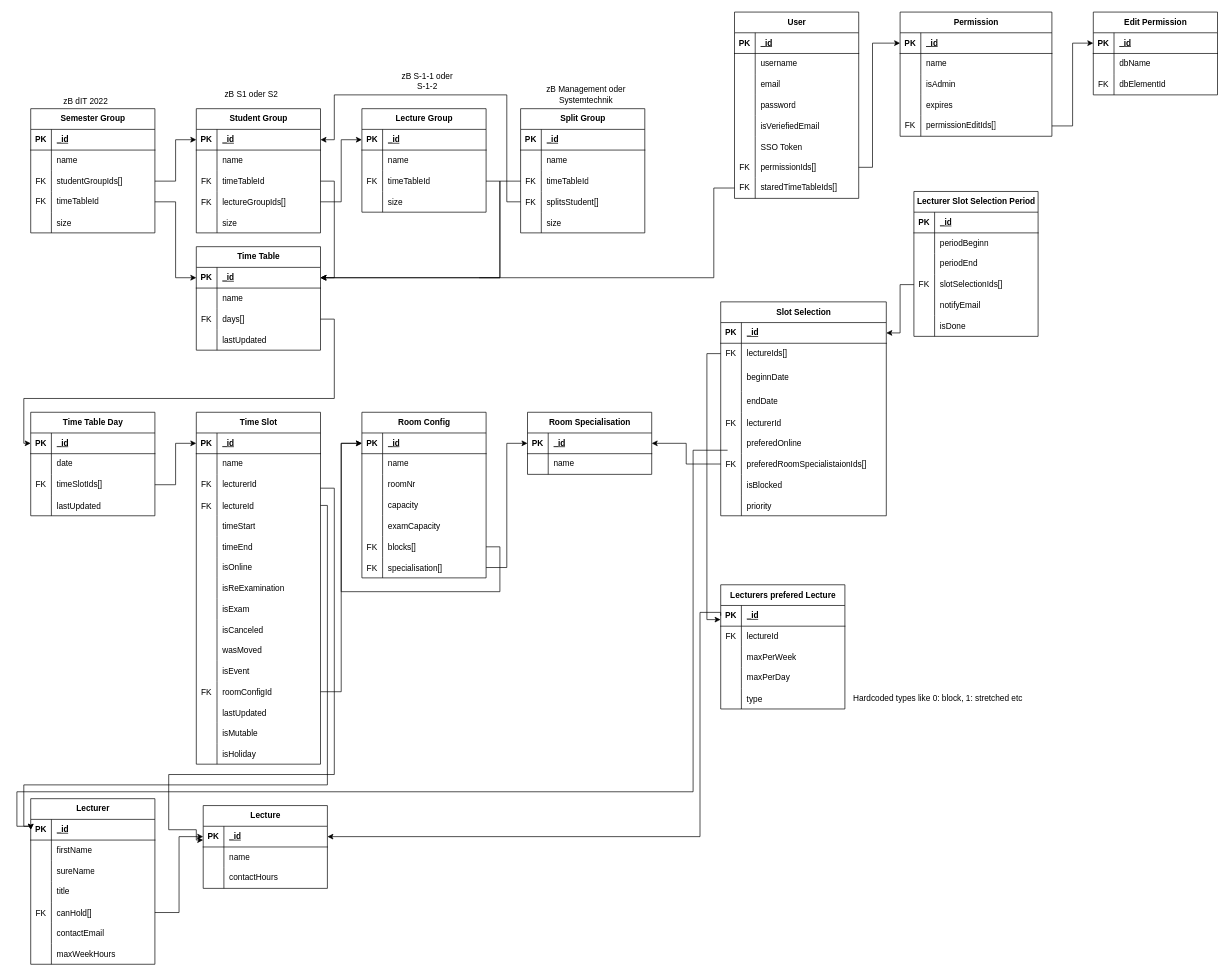
Earlier version of the draw.io diagram documentation/Database_ER.drawio (MindCollaps/TimeCraft). Source tidied: cells renumbered, new cells numbered last; positions are measured from the earlier drawing's top-left corner, leaving out a move shared by most shapes. Both pictures are drawn from the tidied source at 69%, with x=0, y=0 at pixel (17, 12).
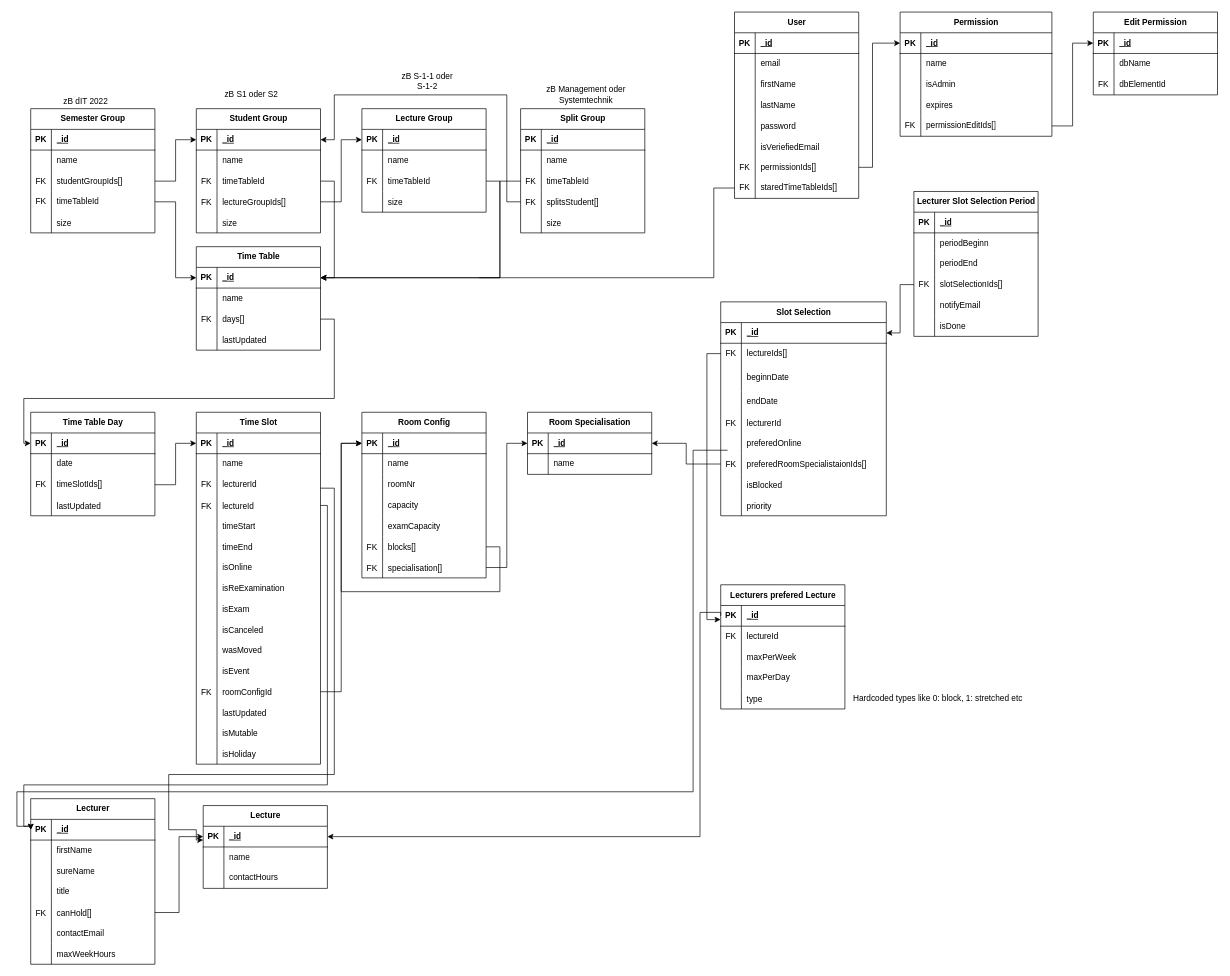
Above is the later version.

Commit message:
docu: update ER-Model

- remove SSOToken
- remove username
- add firstName
- add lastName

Took 20 minutes

The change refers to these unchanged cells:
```xml
<mxCell id="199" style="shape=tableRow;horizontal=0;startSize=0;swimlaneHead=0;swimlaneBody=0;fillColor=none;top=0;left=0;right=0;bottom=0;" parent="195" vertex="1">
  <mxGeometry y="60" width="180" height="30" as="geometry" />
</mxCell>
<mxCell id="202" style="shape=tableRow;horizontal=0;startSize=0;swimlaneHead=0;swimlaneBody=0;fillColor=none;top=0;left=0;right=0;bottom=0;" parent="195" vertex="1">
  <mxGeometry y="90" width="180" height="30" as="geometry" />
</mxCell>
<mxCell id="205" style="shape=tableRow;horizontal=0;startSize=0;swimlaneHead=0;swimlaneBody=0;fillColor=none;top=0;left=0;right=0;bottom=0;" parent="195" vertex="1">
  <mxGeometry y="120" width="180" height="30" as="geometry" />
</mxCell>
<mxCell id="208" style="shape=tableRow;horizontal=0;startSize=0;swimlaneHead=0;swimlaneBody=0;fillColor=none;top=0;left=0;right=0;bottom=0;" parent="195" vertex="1">
  <mxGeometry y="150" width="180" height="30" as="geometry" />
</mxCell>
<mxCell id="211" style="shape=tableRow;horizontal=0;startSize=0;swimlaneHead=0;swimlaneBody=0;fillColor=none;top=0;left=0;right=0;bottom=0;" parent="195" vertex="1">
  <mxGeometry y="180" width="180" height="30" as="geometry" />
</mxCell>
```

The edit, as a diff of the source:
```diff
@@
-    <mxCell id="201" value="username" style="shape=partialRectangle;fillColor=none;top=0;left=0;bottom=0;right=0;align=left;spacingLeft=6;overflow=hidden;whiteSpace=wrap;html=1;" parent="199" vertex="1">
+    <mxCell id="201" value="email" style="shape=partialRectangle;fillColor=none;top=0;left=0;bottom=0;right=0;align=left;spacingLeft=6;overflow=hidden;whiteSpace=wrap;html=1;" parent="199" vertex="1">
       <mxGeometry x="30" width="150" height="30" as="geometry" />
     </mxCell>
@@
-    <mxCell id="204" value="email" style="shape=partialRectangle;fillColor=none;top=0;left=0;bottom=0;right=0;align=left;spacingLeft=6;overflow=hidden;whiteSpace=wrap;html=1;" parent="202" vertex="1">
+    <mxCell id="204" value="firstName" style="shape=partialRectangle;fillColor=none;top=0;left=0;bottom=0;right=0;align=left;spacingLeft=6;overflow=hidden;whiteSpace=wrap;html=1;" parent="202" vertex="1">
       <mxGeometry x="30" width="150" height="30" as="geometry" />
     </mxCell>
@@
-    <mxCell id="207" value="password" style="shape=partialRectangle;fillColor=none;top=0;left=0;bottom=0;right=0;align=left;spacingLeft=6;overflow=hidden;whiteSpace=wrap;html=1;" parent="205" vertex="1">
+    <mxCell id="207" value="lastName" style="shape=partialRectangle;fillColor=none;top=0;left=0;bottom=0;right=0;align=left;spacingLeft=6;overflow=hidden;whiteSpace=wrap;html=1;" parent="205" vertex="1">
       <mxGeometry x="30" width="150" height="30" as="geometry" />
     </mxCell>
@@
-    <mxCell id="210" value="isVeriefiedEmail" style="shape=partialRectangle;fillColor=none;top=0;left=0;bottom=0;right=0;align=left;spacingLeft=6;overflow=hidden;" parent="208" vertex="1">
+    <mxCell id="210" value="password" style="shape=partialRectangle;fillColor=none;top=0;left=0;bottom=0;right=0;align=left;spacingLeft=6;overflow=hidden;" parent="208" vertex="1">
       <mxGeometry x="30" width="150" height="30" as="geometry" />
     </mxCell>
@@
-    <mxCell id="213" value="SSO Token" style="shape=partialRectangle;fillColor=none;top=0;left=0;bottom=0;right=0;align=left;spacingLeft=6;overflow=hidden;" parent="211" vertex="1">
+    <mxCell id="213" value="isVeriefiedEmail" style="shape=partialRectangle;fillColor=none;top=0;left=0;bottom=0;right=0;align=left;spacingLeft=6;overflow=hidden;" parent="211" vertex="1">
       <mxGeometry x="30" width="150" height="30" as="geometry" />
     </mxCell>
```
